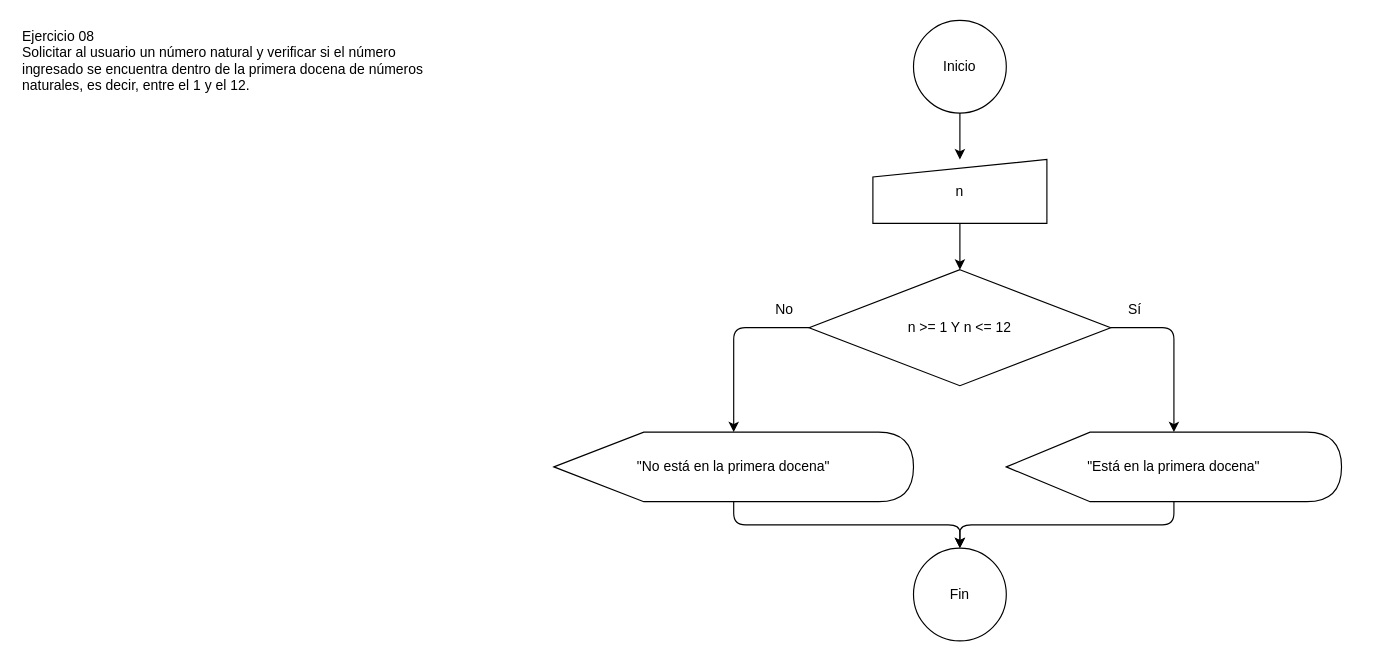
Above: DATOS Y ALGORITMOS/Practica/Diagramacion Logica/Parte 1/Ejercicio_08/diagrama.drawio in gonzalogiolitti/facultad-tcd (draw.io), before the change. Source tidied: cells renumbered, new cells numbered last; positions are measured from the earlier drawing's top-left corner, leaving out a move shared by most shapes. Both pictures are drawn from the tidied source at 116%, with x=0, y=0 at pixel (20, 20).
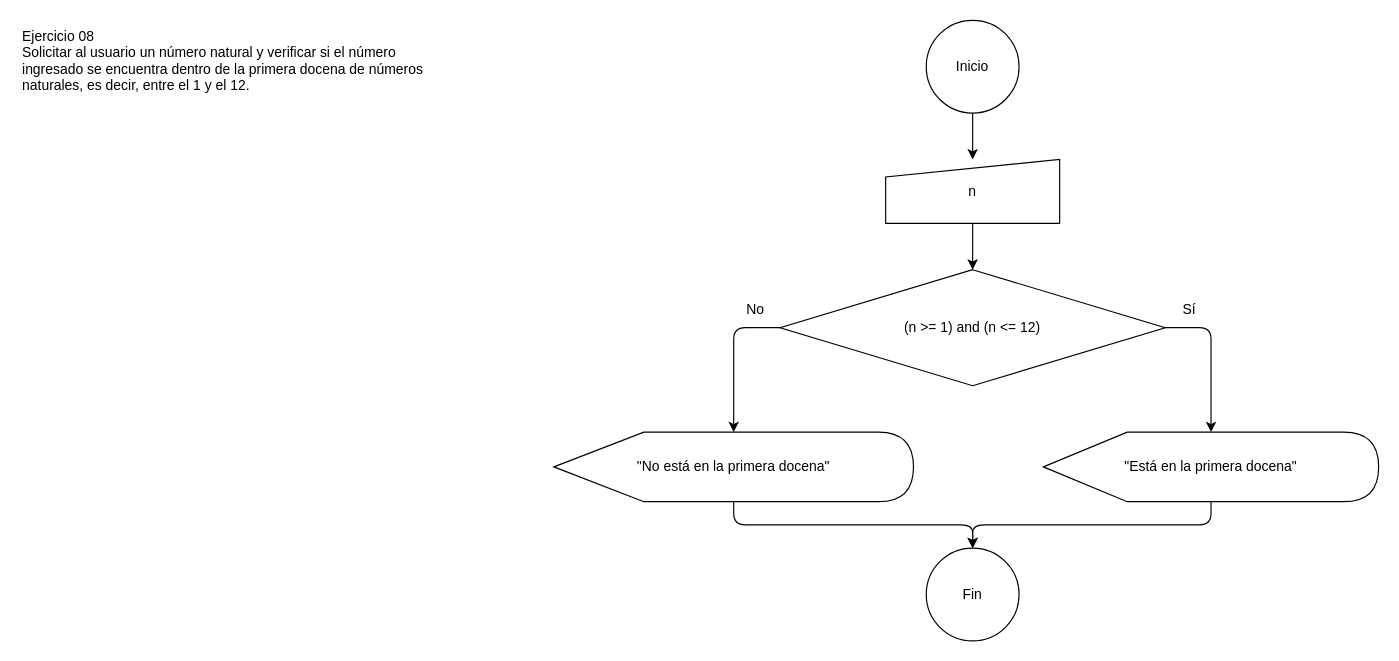
After the change.

The change refers to these unchanged cells:
```xml
<mxCell id="7" value="&quot;No está en la primera docena&quot;" style="shape=display;whiteSpace=wrap;html=1;" parent="1" vertex="1">
  <mxGeometry x="460" y="355" width="310" height="60" as="geometry" />
</mxCell>
```

Change to the diagram source:
```diff
@@
     <mxCell id="3" value="Inicio" style="ellipse;whiteSpace=wrap;html=1;" parent="1" vertex="1">
-      <mxGeometry x="770" width="80" height="80" as="geometry" />
+      <mxGeometry x="781" width="80" height="80" as="geometry" />
     </mxCell>
     <mxCell id="4" value="n" style="shape=manualInput;whiteSpace=wrap;html=1;size=15;" parent="1" vertex="1">
-      <mxGeometry x="735" y="120" width="150" height="55" as="geometry" />
+      <mxGeometry x="746" y="120" width="150" height="55" as="geometry" />
     </mxCell>
-    <mxCell id="5" value="n &gt;= 1 Y n &lt;= 12" style="rhombus;whiteSpace=wrap;html=1;" parent="1" vertex="1">
-      <mxGeometry x="680" y="215" width="260" height="100" as="geometry" />
+    <mxCell id="5" value="(n &gt;= 1) and (n &lt;= 12)" style="rhombus;whiteSpace=wrap;html=1;" parent="1" vertex="1">
+      <mxGeometry x="655" y="215" width="332" height="100" as="geometry" />
     </mxCell>
     <mxCell id="6" value="&quot;Está en la primera docena&quot;" style="shape=display;whiteSpace=wrap;html=1;" parent="1" vertex="1">
-      <mxGeometry x="850" y="355" width="289" height="60" as="geometry" />
+      <mxGeometry x="882" y="355" width="289" height="60" as="geometry" />
     </mxCell>
@@
     <mxCell id="8" value="Sí" style="text;html=1;strokeColor=none;fillColor=none;align=center;verticalAlign=middle;whiteSpace=wrap;" parent="1" vertex="1">
-      <mxGeometry x="946" y="239" width="30" height="22" as="geometry" />
+      <mxGeometry x="993" y="239" width="30" height="22" as="geometry" />
     </mxCell>
     <mxCell id="9" value="No" style="text;html=1;strokeColor=none;fillColor=none;align=center;verticalAlign=middle;whiteSpace=wrap;" parent="1" vertex="1">
-      <mxGeometry x="644" y="239" width="30" height="22" as="geometry" />
+      <mxGeometry x="619" y="239" width="30" height="22" as="geometry" />
     </mxCell>
     <mxCell id="10" value="Fin" style="ellipse;whiteSpace=wrap;html=1;" parent="1" vertex="1">
-      <mxGeometry x="770" y="455" width="80" height="80" as="geometry" />
+      <mxGeometry x="781" y="455" width="80" height="80" as="geometry" />
     </mxCell>
@@
     <mxCell id="15" style="edgeStyle=orthogonalEdgeStyle;html=1;exitX=0.5;exitY=1;entryX=0.5;entryY=0;" parent="1" edge="1" source="6" target="10">
       <mxGeometry relative="1" as="geometry">
         <Array as="points">
-          <mxPoint x="994" y="435" />
-          <mxPoint x="810" y="435" />
+          <mxPoint x="1027" y="435" />
+          <mxPoint x="821" y="435" />
         </Array>
       </mxGeometry>
     </mxCell>
     <mxCell id="16" style="edgeStyle=orthogonalEdgeStyle;html=1;exitX=0.5;exitY=1;entryX=0.5;entryY=0;" parent="1" edge="1" source="7" target="10">
       <mxGeometry relative="1" as="geometry">
         <Array as="points">
           <mxPoint x="615" y="435" />
-          <mxPoint x="810" y="435" />
+          <mxPoint x="821" y="435" />
         </Array>
       </mxGeometry>
     </mxCell>
```
